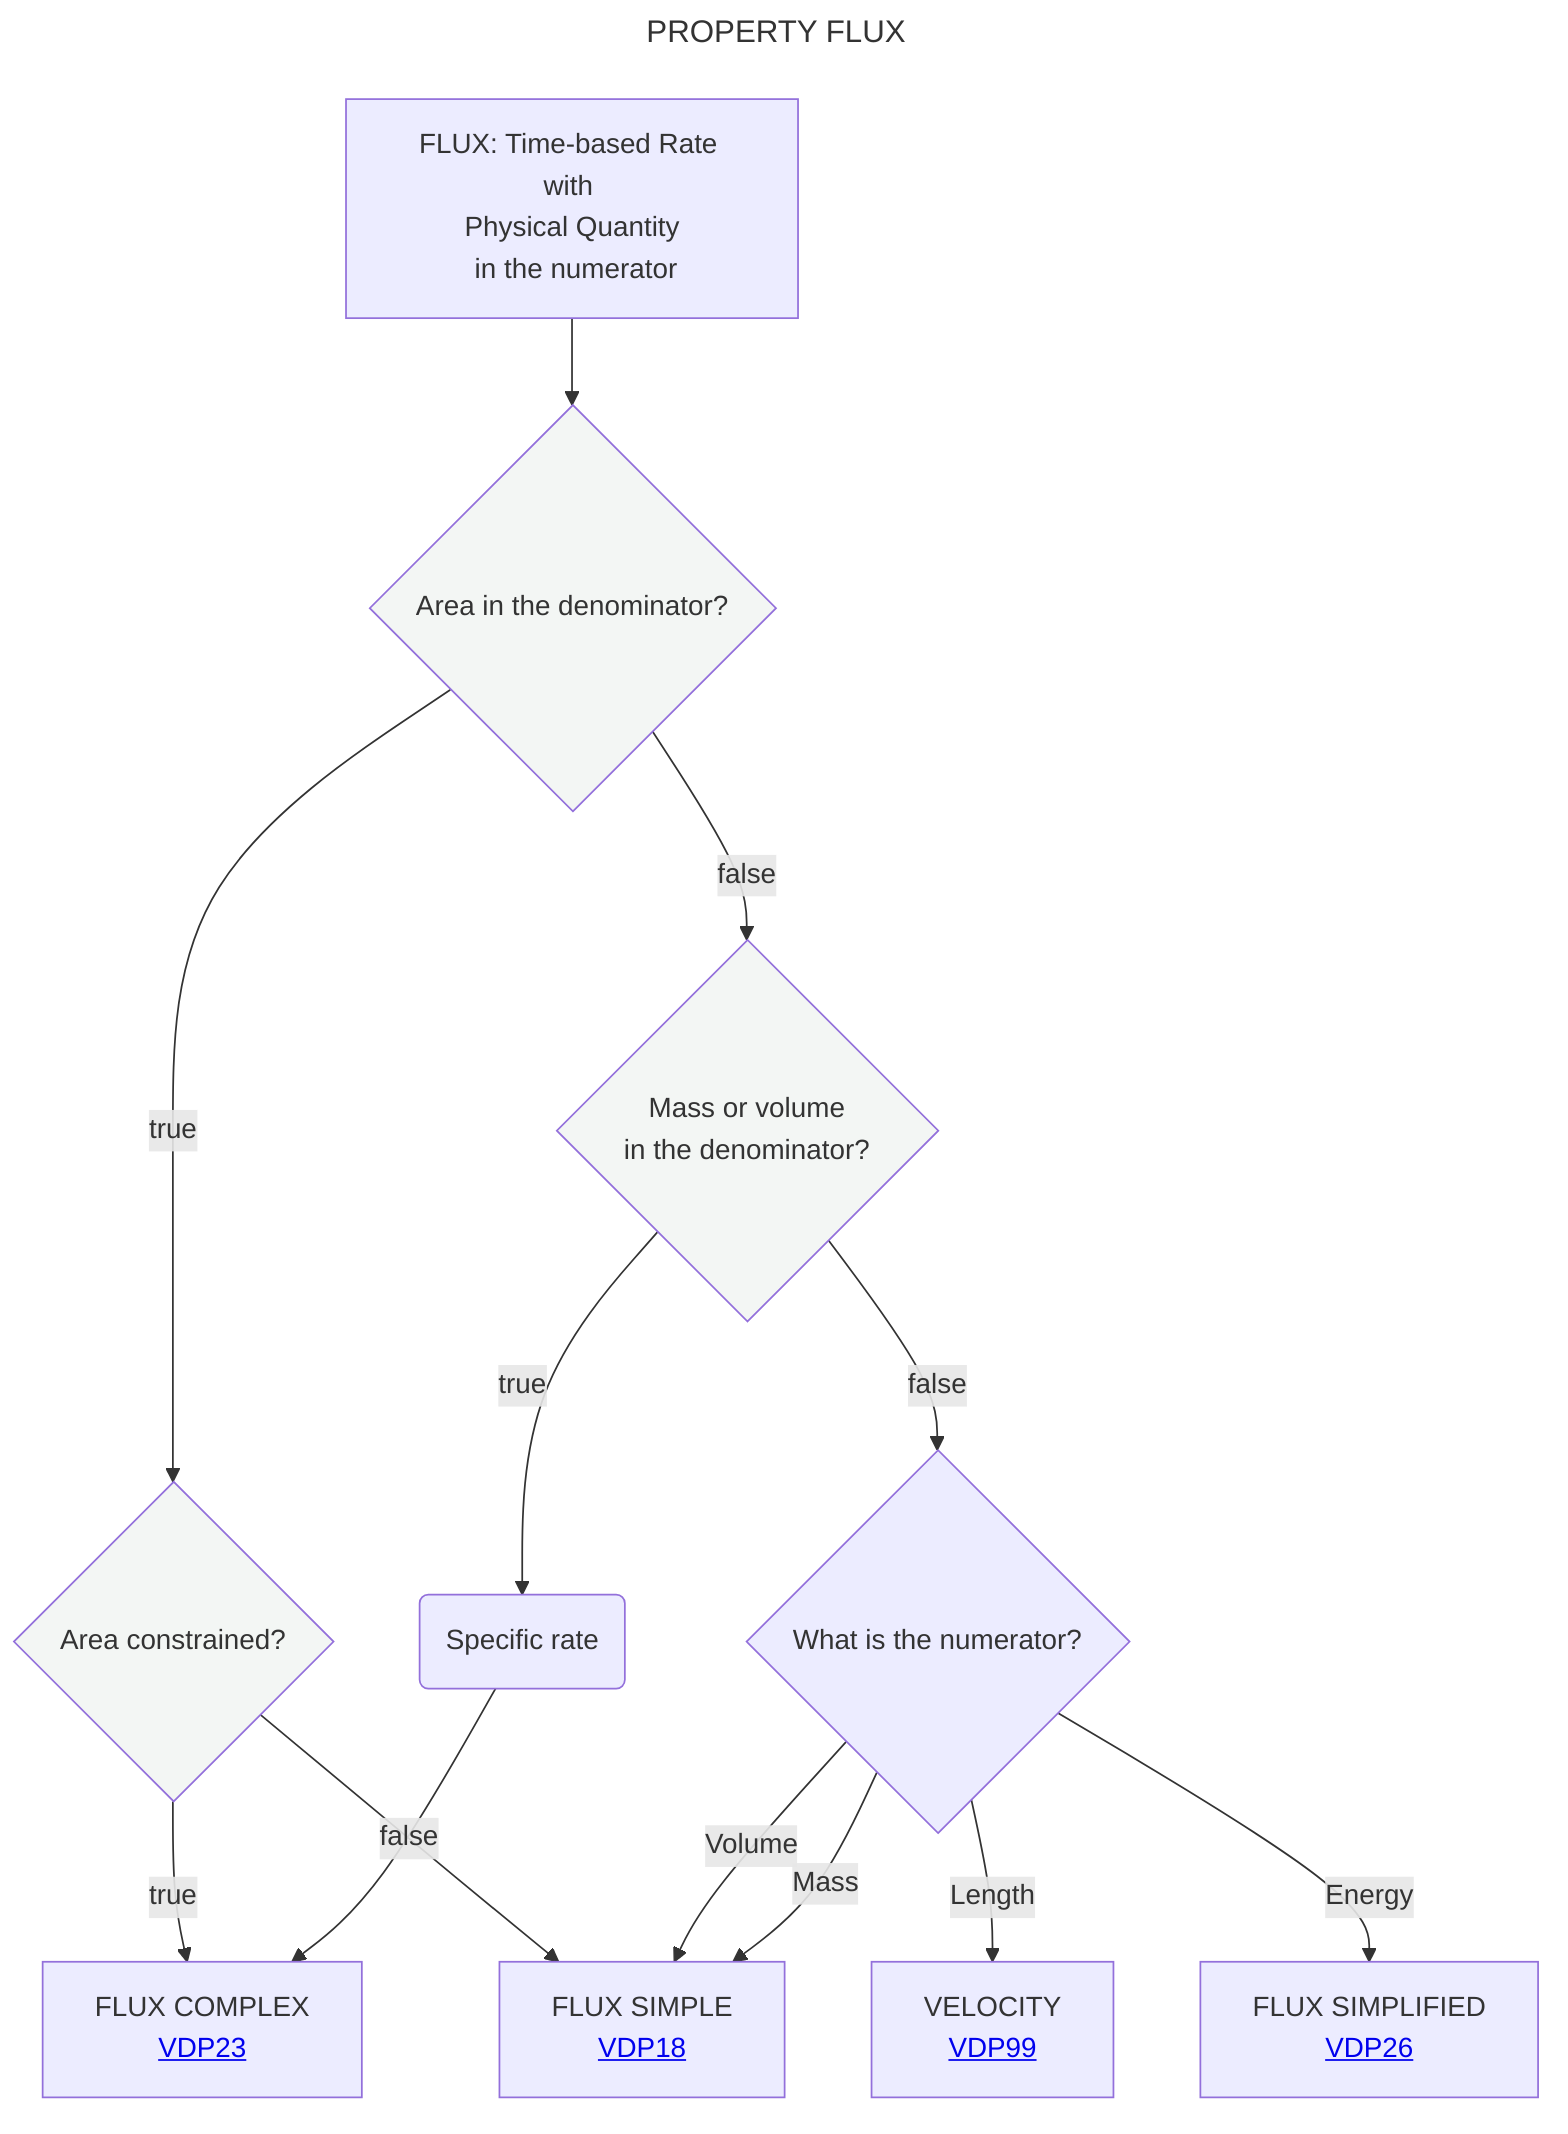
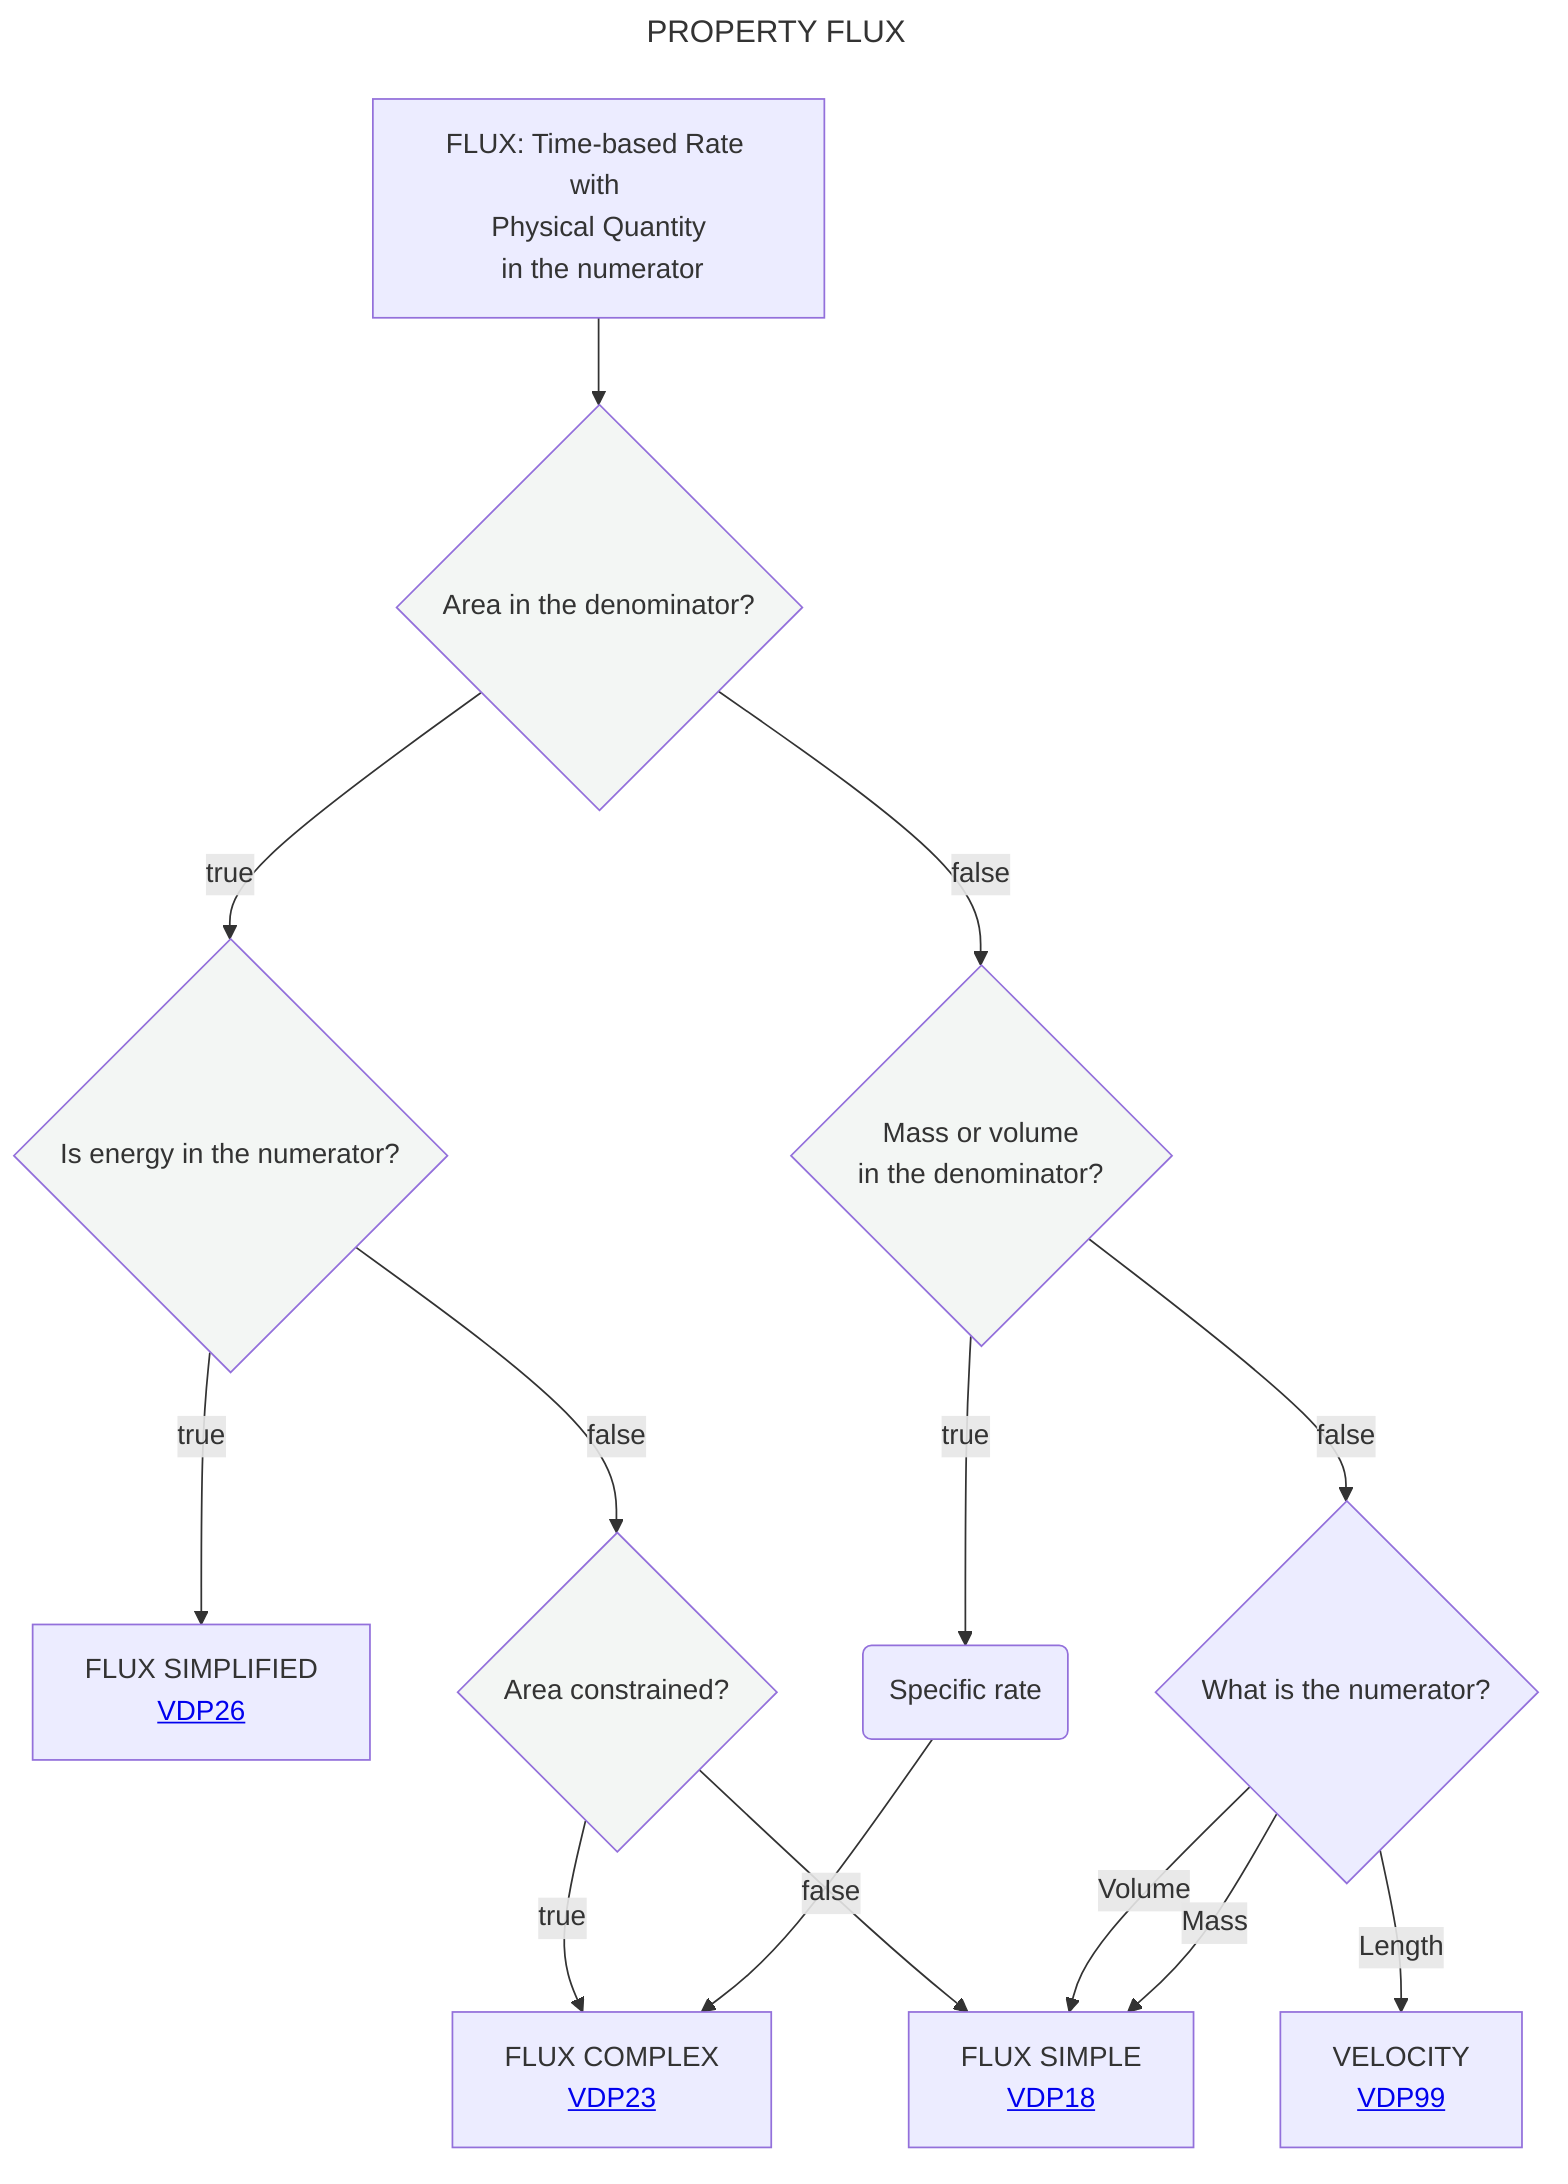
---
title: PROPERTY FLUX
---
flowchart TD
    A[FLUX: Time-based Rate with <br> Physical Quantity <br> in the numerator] --> B{Area in the denominator?}:::white
-     B --> |true|F{Area constrained?}:::white
+     B --> |true|C{Is energy in the numerator?}:::white
+     C --> |true|D[FLUX SIMPLIFIED <br> <a href='https://github.com/mabablue/I-ADOPT-patterns-playground/blob/main/pattern/VDP26.yaml'>VDP26</a>]
+     C --> |false|F{Area constrained?}:::white
    B --> |false|K{Mass or volume <br> in the denominator?}:::white
    F --> |true|G[FLUX COMPLEX <br> <a href='https://github.com/mabablue/I-ADOPT-patterns-playground/blob/main/pattern/VDP23.yaml'>VDP23</a>]
    F --> |false|H[FLUX SIMPLE <br> <a href='https://github.com/mabablue/I-ADOPT-patterns-playground/blob/main/pattern/VDP18.yaml'>VDP18</a>]
    K --> |true|L(Specific rate)
    L --> G
    K --> |false|M{What is the numerator?}
    M -- Length --> N[VELOCITY <br> <a href='https://github.com/mabablue/I-ADOPT-patterns-playground/blob/main/pattern/VDP99.yaml'>VDP99</a]
    M -- Volume --> H
    M -- Mass --> H
-     M -- Energy -->C[FLUX SIMPLIFIED <br> <a href='https://github.com/mabablue/I-ADOPT-patterns-playground/blob/main/pattern/VDP26.yaml'>VDP26</a>]
   classDef blue fill:#90D5FF
   classDef satblue fill:#57B9FF
   classDef white fill:#f3f6f4
   classDef green fill:#6aa84f
